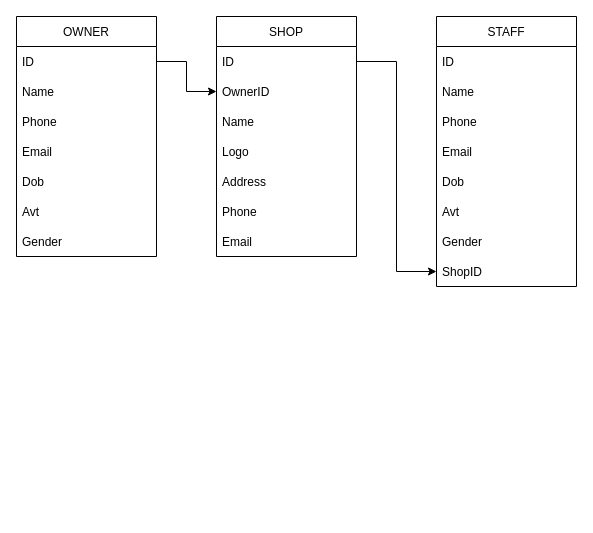
The draw.io diagram page "Page-1" (1 of 2) of Untitled Diagram.drawio in NHKhang132/MapleStory-Web, before the edit. Source tidied: cells renumbered, new cells numbered last; positions are measured from the earlier drawing's top-left corner, leaving out a move shared by most shapes. Both pictures are drawn from the tidied source at 100%, with x=0, y=0 at pixel (16, 16).
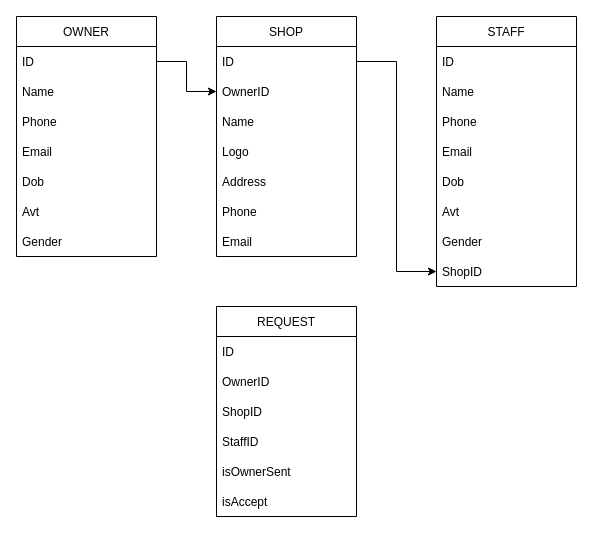
Above is the later version.

Change to the diagram source:
```diff
@@
+    <mxCell id="29" value="REQUEST" style="swimlane;fontStyle=0;horizontal=1;startSize=30;" parent="1" vertex="1">
+      <mxGeometry x="200" y="290" width="140" height="210" as="geometry" />
+    </mxCell>
+    <mxCell id="30" value="ID" style="text;strokeColor=none;fillColor=none;align=left;verticalAlign=middle;spacingLeft=4;spacingRight=4;overflow=hidden;" parent="29" vertex="1">
+      <mxGeometry y="30" width="140" height="30" as="geometry" />
+    </mxCell>
+    <mxCell id="31" value="OwnerID" style="text;strokeColor=none;fillColor=none;align=left;verticalAlign=middle;spacingLeft=4;spacingRight=4;overflow=hidden;" parent="29" vertex="1">
+      <mxGeometry y="60" width="140" height="30" as="geometry" />
+    </mxCell>
+    <mxCell id="32" value="ShopID" style="text;strokeColor=none;fillColor=none;align=left;verticalAlign=middle;spacingLeft=4;spacingRight=4;overflow=hidden;" parent="29" vertex="1">
+      <mxGeometry y="90" width="140" height="30" as="geometry" />
+    </mxCell>
+    <mxCell id="33" value="StaffID" style="text;strokeColor=none;fillColor=none;align=left;verticalAlign=middle;spacingLeft=4;spacingRight=4;overflow=hidden;" parent="29" vertex="1">
+      <mxGeometry y="120" width="140" height="30" as="geometry" />
+    </mxCell>
+    <mxCell id="34" value="isOwnerSent" style="text;strokeColor=none;fillColor=none;align=left;verticalAlign=middle;spacingLeft=4;spacingRight=4;overflow=hidden;" parent="29" vertex="1">
+      <mxGeometry y="150" width="140" height="30" as="geometry" />
+    </mxCell>
+    <mxCell id="35" value="isAccept" style="text;strokeColor=none;fillColor=none;align=left;verticalAlign=middle;spacingLeft=4;spacingRight=4;overflow=hidden;" parent="29" vertex="1">
+      <mxGeometry y="180" width="140" height="30" as="geometry" />
+    </mxCell>
```
